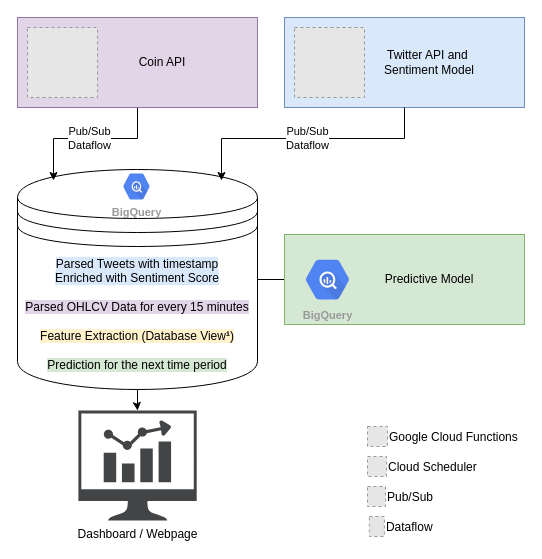
The draw.io diagram page "Overview" (2 of 6) of documentation/DataFlow.drawio in ptgrigorov27/TheMask, before the edit. Source tidied: cells renumbered, new cells numbered last; positions are measured from the earlier drawing's top-left corner, leaving out a move shared by most shapes. Both pictures are drawn from the tidied source at 100%, with x=0, y=0 at pixel (17, 17). Pictures stored in the file or linked from it are replaced by grey dashed boxes.
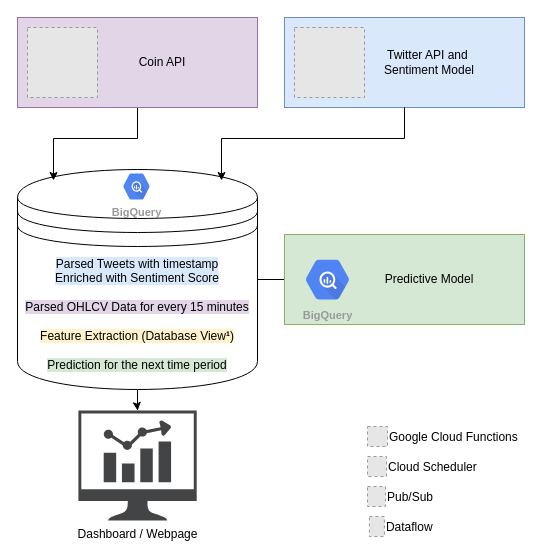
The same diagram, later.

Commit message (it also covers changes not shown here):
Replaced dataflow component with ingest via cloudapi from python code

What changed in the source:
```diff
@@
 <mxGraphModel>
   <root>
     <mxCell id="0" />
     <mxCell id="1" parent="0" />
     <mxCell id="2" style="edgeStyle=orthogonalEdgeStyle;rounded=0;jettySize=auto;html=1;exitX=0.5;exitY=1;exitDx=0;exitDy=0;fontColor=#000000;" parent="1" edge="1" source="3" target="10">
       <mxGeometry relative="1" as="geometry" />
     </mxCell>
     <mxCell id="3" value="&lt;span style=&quot;background-color: rgb(218 , 232 , 252)&quot;&gt;Parsed Tweets with timestamp&lt;br&gt;Enriched with Sentiment Score&lt;/span&gt;&lt;br&gt;&lt;br&gt;&lt;span style=&quot;background-color: rgb(225 , 213 , 231)&quot;&gt;Parsed OHLCV Data for every 15 minutes&lt;br&gt;&lt;/span&gt;&lt;br&gt;&lt;font style=&quot;background-color: rgb(255 , 242 , 204)&quot;&gt;Feature Extraction (Database View&lt;b&gt;¹&lt;/b&gt;)&lt;br&gt;&lt;/font&gt;&lt;br&gt;&lt;span style=&quot;background-color: rgb(213 , 232 , 212)&quot;&gt;Prediction for the next time period&lt;/span&gt;" style="shape=datastore;whiteSpace=wrap;html=1;" parent="1" vertex="1">
       <mxGeometry y="152" width="240" height="220" as="geometry" />
     </mxCell>
-    <mxCell id="4" value="Pub/Sub&lt;br&gt;Dataflow" style="edgeStyle=orthogonalEdgeStyle;rounded=0;jettySize=auto;html=1;exitX=0.5;exitY=1;exitDx=0;exitDy=0;entryX=0.15;entryY=0.05;entryDx=0;entryDy=0;fontColor=#000000;entryPerimeter=0;" parent="1" edge="1" source="5" target="3">
+    <mxCell id="4" style="edgeStyle=orthogonalEdgeStyle;rounded=0;jettySize=auto;html=1;exitX=0.5;exitY=1;exitDx=0;exitDy=0;entryX=0.15;entryY=0.05;entryDx=0;entryDy=0;fontColor=#000000;entryPerimeter=0;" parent="1" edge="1" source="5" target="3">
       <mxGeometry relative="1" as="geometry" />
     </mxCell>
     <mxCell id="5" value="Coin API" style="rounded=0;whiteSpace=wrap;html=1;fillColor=#e1d5e7;strokeColor=#9673a6;spacingLeft=50;" parent="1" vertex="1">
       <mxGeometry width="240" height="90" as="geometry" />
     </mxCell>
     <mxCell id="6" value="Twitter API and&amp;nbsp;&lt;br&gt;Sentiment Model" style="rounded=0;whiteSpace=wrap;html=1;fillColor=#dae8fc;strokeColor=#6c8ebf;spacingLeft=50;" parent="1" vertex="1">
       <mxGeometry x="267" width="240" height="90" as="geometry" />
     </mxCell>
-    <mxCell id="7" value="Pub/Sub&lt;br&gt;Dataflow" style="edgeStyle=orthogonalEdgeStyle;rounded=0;jettySize=auto;html=1;exitX=0.5;exitY=1;exitDx=0;exitDy=0;fontColor=#000000;entryX=0.85;entryY=0.05;entryDx=0;entryDy=0;entryPerimeter=0;" parent="1" edge="1" source="6" target="3">
+    <mxCell id="7" style="edgeStyle=orthogonalEdgeStyle;rounded=0;jettySize=auto;html=1;exitX=0.5;exitY=1;exitDx=0;exitDy=0;fontColor=#000000;entryX=0.85;entryY=0.05;entryDx=0;entryDy=0;entryPerimeter=0;" parent="1" edge="1" source="6" target="3">
       <mxGeometry relative="1" as="geometry" />
     </mxCell>
     <mxCell id="8" style="edgeStyle=orthogonalEdgeStyle;rounded=0;jettySize=auto;html=1;exitX=0;exitY=0.5;exitDx=0;exitDy=0;endArrow=none;endFill=0;" parent="1" edge="1" source="9" target="3">
       <mxGeometry relative="1" as="geometry" />
     </mxCell>
     <mxCell id="9" value="Predictive Model" style="rounded=0;whiteSpace=wrap;html=1;fillColor=#d5e8d4;strokeColor=#82b366;spacingLeft=50;" parent="1" vertex="1">
       <mxGeometry x="267" y="217" width="240" height="90" as="geometry" />
     </mxCell>
     <mxCell id="10" value="Dashboard / Webpage" style="sketch=0;shadow=0;dashed=0;html=1;strokeColor=none;fillColor=#434445;labelPosition=center;verticalLabelPosition=bottom;verticalAlign=top;align=center;outlineConnect=0;shape=mxgraph.vvd.nsx_dashboard;labelBackgroundColor=#FFFFFF;fontColor=#000000;" parent="1" vertex="1">
       <mxGeometry x="60.9" y="393" width="118.3" height="110" as="geometry" />
     </mxCell>
     <mxCell id="11" style="fillColor=#E6E6E6;strokeColor=#999999;dashed=1;verticalLabelPosition=middle;labelBackgroundColor=#ffffff;verticalAlign=middle;align=left;labelPosition=right;" parent="1" vertex="1">
       <mxGeometry x="277" y="10" width="70" height="70" as="geometry" />
     </mxCell>
     <mxCell id="12" style="fillColor=#E6E6E6;strokeColor=#999999;dashed=1;verticalLabelPosition=middle;labelBackgroundColor=#ffffff;verticalAlign=middle;align=left;labelPosition=right;" parent="1" vertex="1">
       <mxGeometry x="10" y="10" width="70" height="70" as="geometry" />
     </mxCell>
     <mxCell id="13" value="BigQuery" style="sketch=0;html=1;fillColor=#5184F3;strokeColor=none;verticalAlign=top;labelPosition=center;verticalLabelPosition=bottom;align=center;spacingTop=-6;fontSize=11;fontStyle=1;fontColor=#999999;shape=mxgraph.gcp2.hexIcon;prIcon=bigquery;" parent="1" vertex="1">
       <mxGeometry x="99" y="150" width="40" height="38" as="geometry" />
     </mxCell>
     <mxCell id="14" value="BigQuery" style="sketch=0;html=1;fillColor=#5184F3;strokeColor=none;verticalAlign=top;labelPosition=center;verticalLabelPosition=bottom;align=center;spacingTop=-6;fontSize=11;fontStyle=1;fontColor=#999999;shape=mxgraph.gcp2.hexIcon;prIcon=bigquery;" parent="1" vertex="1">
       <mxGeometry x="277" y="232.8" width="66" height="58.5" as="geometry" />
     </mxCell>
     <mxCell id="15" value="Google Cloud Functions" style="fillColor=#E6E6E6;strokeColor=#999999;dashed=1;verticalLabelPosition=middle;labelBackgroundColor=#ffffff;verticalAlign=middle;align=left;labelPosition=right;" parent="1" vertex="1">
       <mxGeometry x="350" y="409" width="20" height="20" as="geometry" />
     </mxCell>
     <mxCell id="16" value="Cloud Scheduler" style="fillColor=#E6E6E6;strokeColor=#999999;dashed=1;verticalLabelPosition=middle;labelBackgroundColor=#ffffff;verticalAlign=middle;labelPosition=right;align=left;" parent="1" vertex="1">
       <mxGeometry x="350" y="439" width="19" height="20" as="geometry" />
     </mxCell>
     <mxCell id="17" value="Pub/Sub" style="fillColor=#E6E6E6;strokeColor=#999999;dashed=1;verticalLabelPosition=middle;labelBackgroundColor=#ffffff;verticalAlign=middle;labelPosition=right;align=left;" parent="1" vertex="1">
       <mxGeometry x="350" y="469" width="18" height="20" as="geometry" />
     </mxCell>
     <mxCell id="18" value="Dataflow" style="fillColor=#E6E6E6;strokeColor=#999999;dashed=1;verticalLabelPosition=middle;labelBackgroundColor=#ffffff;verticalAlign=middle;align=left;labelPosition=right;" parent="1" vertex="1">
       <mxGeometry x="351.9" y="499" width="15" height="20" as="geometry" />
     </mxCell>
   </root>
 </mxGraphModel>
```
